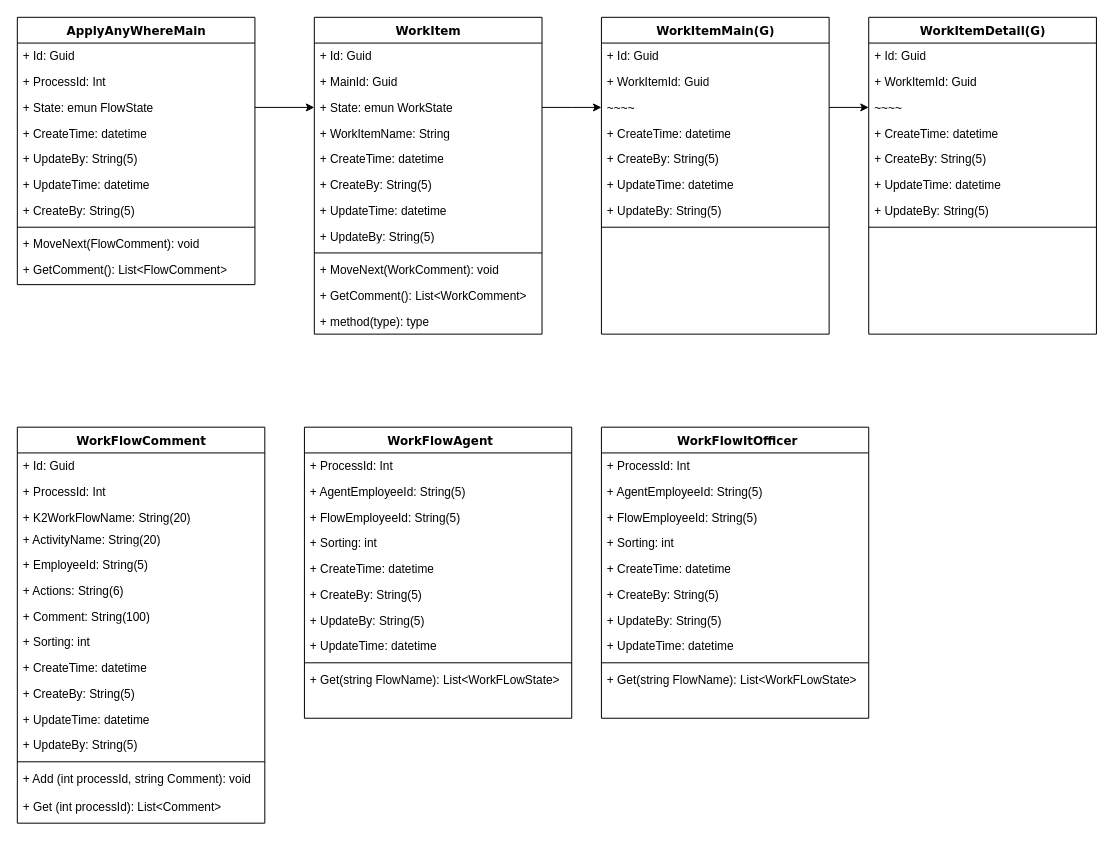
This is ApplyAnywhereUml.drawio from chadyeh-yc/ApplyAnywhere, a draw.io file, before an edit. Source tidied: cells renumbered, new cells numbered last; positions are measured from the earlier drawing's top-left corner, leaving out a move shared by most shapes. Both pictures are drawn from the tidied source at 99%, with x=0, y=0 at pixel (17, 17).
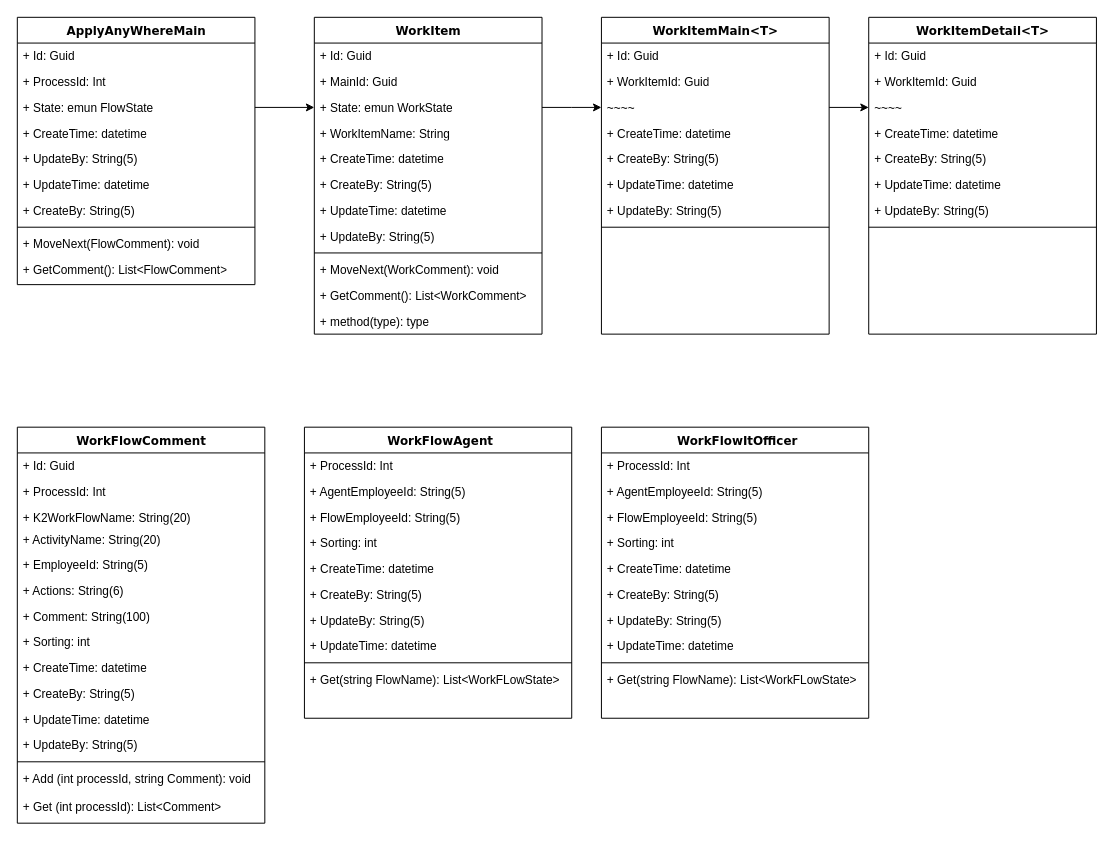
The same diagram, later.

Diff of the diagram source:
```diff
@@
-    <mxCell id="53" value="WorkItemMain(G)" style="swimlane;html=1;fontStyle=1;align=center;verticalAlign=top;horizontal=1;startSize=26;swimlaneFillColor=#ffffff;rounded=0;shadow=0;comic=0;labelBackgroundColor=none;strokeWidth=1;fillColor=none;fontFamily=Verdana;fontSize=12;" parent="1" vertex="1">
+    <mxCell id="53" value="WorkItemMain&amp;lt;T&amp;gt;" style="swimlane;html=1;fontStyle=1;align=center;verticalAlign=top;horizontal=1;startSize=26;swimlaneFillColor=#ffffff;rounded=0;shadow=0;comic=0;labelBackgroundColor=none;strokeWidth=1;fillColor=none;fontFamily=Verdana;fontSize=12;" parent="1" vertex="1">
       <mxGeometry x="590" width="230" height="320" as="geometry" />
     </mxCell>
@@
-    <mxCell id="75" value="WorkItemDetail(G)" style="swimlane;html=1;fontStyle=1;align=center;verticalAlign=top;horizontal=1;startSize=26;swimlaneFillColor=#ffffff;rounded=0;shadow=0;comic=0;labelBackgroundColor=none;strokeWidth=1;fillColor=none;fontFamily=Verdana;fontSize=12;" parent="1" vertex="1">
+    <mxCell id="75" value="WorkItemDetail&amp;lt;T&amp;gt;" style="swimlane;html=1;fontStyle=1;align=center;verticalAlign=top;horizontal=1;startSize=26;swimlaneFillColor=#ffffff;rounded=0;shadow=0;comic=0;labelBackgroundColor=none;strokeWidth=1;fillColor=none;fontFamily=Verdana;fontSize=12;" parent="1" vertex="1">
       <mxGeometry x="860" width="230" height="320" as="geometry" />
     </mxCell>
```
